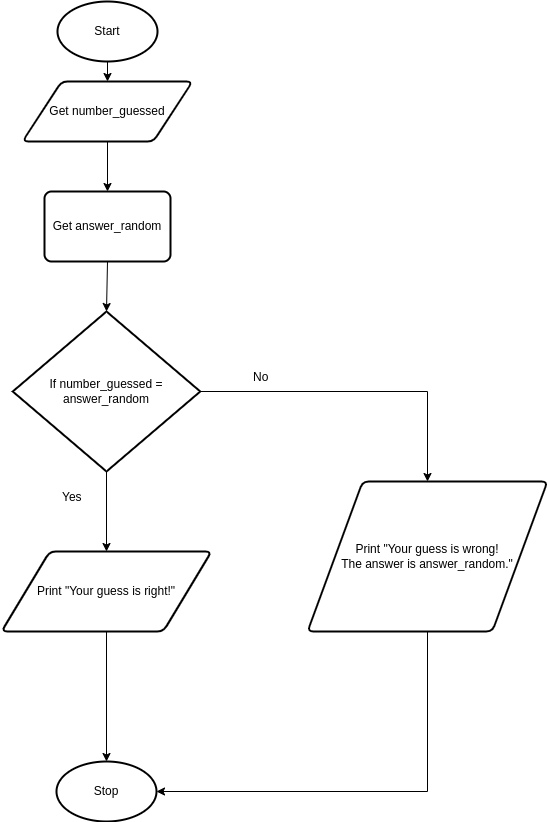
Yiyun-Qin/ICS3U-Unit3-06-Python keeps this draw.io diagram as design.number_guess.flowchart.png. Above is the earlier version. Source tidied: cells renumbered, new cells last; positions are measured from the earlier drawing's top-left corner, leaving out a move shared by most shapes.
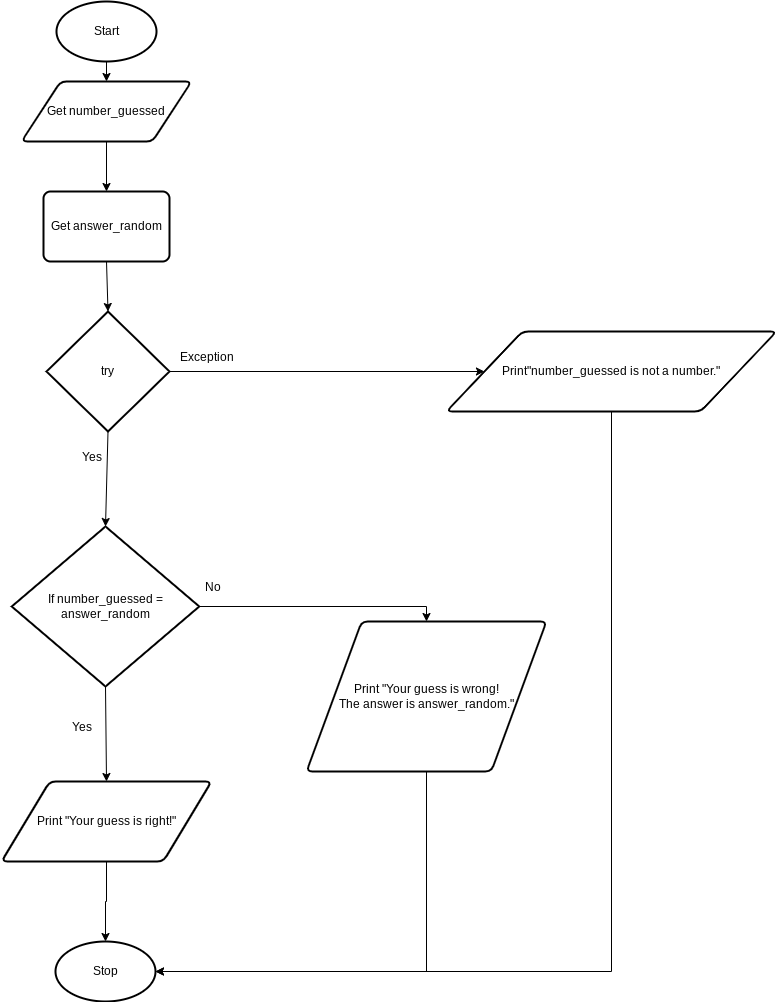
The same diagram one commit later.

Change to the diagram source:
```diff
@@ -20,10 +20,10 @@
       <mxGeometry relative="1" as="geometry" />
     </mxCell>
     <mxCell id="7" value="Print &quot;Your guess is right!&quot;" style="shape=parallelogram;html=1;strokeWidth=2;perimeter=parallelogramPerimeter;whiteSpace=wrap;rounded=1;arcSize=12;size=0.23;" parent="1" vertex="1">
-      <mxGeometry y="550" width="210" height="80" as="geometry" />
+      <mxGeometry x="1" y="780" width="210" height="80" as="geometry" />
     </mxCell>
     <mxCell id="8" value="Stop" style="strokeWidth=2;html=1;shape=mxgraph.flowchart.start_1;whiteSpace=wrap;" parent="1" vertex="1">
-      <mxGeometry x="55" y="760" width="100" height="60" as="geometry" />
+      <mxGeometry x="55" y="940" width="100" height="60" as="geometry" />
     </mxCell>
     <mxCell id="9" style="edgeStyle=none;html=1;exitX=0.5;exitY=1;exitDx=0;exitDy=0;exitPerimeter=0;entryX=0.5;entryY=0;entryDx=0;entryDy=0;" parent="1" edge="1" source="11" target="7">
       <mxGeometry relative="1" as="geometry" />
@@ -32,25 +32,46 @@
       <mxGeometry relative="1" as="geometry" />
     </mxCell>
     <mxCell id="11" value="If number_guessed = answer_random" style="strokeWidth=2;html=1;shape=mxgraph.flowchart.decision;whiteSpace=wrap;" parent="1" vertex="1">
-      <mxGeometry x="11.2" y="310" width="187.5" height="160" as="geometry" />
+      <mxGeometry x="11.2" y="525" width="187.5" height="160" as="geometry" />
     </mxCell>
     <mxCell id="12" value="Yes" style="text;strokeColor=none;fillColor=none;align=left;verticalAlign=middle;spacingLeft=4;spacingRight=4;overflow=hidden;" parent="1" vertex="1">
-      <mxGeometry x="55" y="480" width="37.5" height="30" as="geometry" />
+      <mxGeometry x="66" y="710" width="37.5" height="30" as="geometry" />
     </mxCell>
     <mxCell id="13" style="edgeStyle=orthogonalEdgeStyle;rounded=0;html=1;exitX=0.5;exitY=1;exitDx=0;exitDy=0;entryX=1;entryY=0.5;entryDx=0;entryDy=0;entryPerimeter=0;" parent="1" edge="1" source="14" target="8">
       <mxGeometry relative="1" as="geometry" />
     </mxCell>
     <mxCell id="14" value="Print &quot;Your guess is wrong!&lt;br&gt;The answer is answer_random.&quot;" style="shape=parallelogram;html=1;strokeWidth=2;perimeter=parallelogramPerimeter;whiteSpace=wrap;rounded=1;arcSize=12;size=0.23;" parent="1" vertex="1">
-      <mxGeometry x="306" y="480" width="240" height="150" as="geometry" />
+      <mxGeometry x="306" y="620" width="240" height="150" as="geometry" />
     </mxCell>
     <mxCell id="15" value="No" style="text;strokeColor=none;fillColor=none;align=left;verticalAlign=middle;spacingLeft=4;spacingRight=4;overflow=hidden;" parent="1" vertex="1">
-      <mxGeometry x="246" y="360" width="80" height="30" as="geometry" />
+      <mxGeometry x="198.8" y="570" width="80" height="30" as="geometry" />
     </mxCell>
+    <mxCell id="18" style="edgeStyle=none;html=1;exitX=0.5;exitY=1;exitDx=0;exitDy=0;entryX=0.5;entryY=0;entryDx=0;entryDy=0;entryPerimeter=0;" parent="1" edge="1" source="17" target="16">
+      <mxGeometry relative="1" as="geometry" />
+    </mxCell>
+    <mxCell id="17" value="Get answer_random" style="rounded=1;whiteSpace=wrap;html=1;absoluteArcSize=1;arcSize=14;strokeWidth=2;" parent="1" vertex="1">
+      <mxGeometry x="43" y="190" width="126" height="70" as="geometry" />
+    </mxCell>
+    <mxCell id="19" style="edgeStyle=none;html=1;exitX=0.5;exitY=1;exitDx=0;exitDy=0;exitPerimeter=0;entryX=0.5;entryY=0;entryDx=0;entryDy=0;entryPerimeter=0;" parent="1" edge="1" source="16" target="11">
+      <mxGeometry relative="1" as="geometry" />
+    </mxCell>
+    <mxCell id="20" style="edgeStyle=none;html=1;exitX=1;exitY=0.5;exitDx=0;exitDy=0;exitPerimeter=0;entryX=0;entryY=0.5;entryDx=0;entryDy=0;" parent="1" edge="1" source="16" target="24">
+      <mxGeometry relative="1" as="geometry" />
+    </mxCell>
-    <mxCell id="16" style="edgeStyle=none;html=1;exitX=0.5;exitY=1;exitDx=0;exitDy=0;entryX=0.5;entryY=0;entryDx=0;entryDy=0;entryPerimeter=0;" parent="1" edge="1" source="17" target="11">
-      <mxGeometry relative="1" as="geometry" />
+    <mxCell id="16" value="try" style="strokeWidth=2;html=1;shape=mxgraph.flowchart.decision;whiteSpace=wrap;" parent="1" vertex="1">
+      <mxGeometry x="46" y="310" width="123" height="120" as="geometry" />
     </mxCell>
-    <mxCell id="17" value="Get answer_random" style="rounded=1;whiteSpace=wrap;html=1;absoluteArcSize=1;arcSize=14;strokeWidth=2;" parent="1" vertex="1">
-      <mxGeometry x="43" y="190" width="126" height="70" as="geometry" />
-    </mxCell>
+    <mxCell id="21" value="Yes" style="text;strokeColor=none;fillColor=none;align=left;verticalAlign=middle;spacingLeft=4;spacingRight=4;overflow=hidden;" parent="1" vertex="1">
+      <mxGeometry x="76" y="440" width="37.5" height="30" as="geometry" />
+    </mxCell>
+    <mxCell id="22" value="Exception" style="text;strokeColor=none;fillColor=none;align=left;verticalAlign=middle;spacingLeft=4;spacingRight=4;overflow=hidden;" parent="1" vertex="1">
+      <mxGeometry x="173.5" y="340" width="62.5" height="30" as="geometry" />
+    </mxCell>
+    <mxCell id="23" style="edgeStyle=orthogonalEdgeStyle;html=1;exitX=0.5;exitY=1;exitDx=0;exitDy=0;entryX=1;entryY=0.5;entryDx=0;entryDy=0;entryPerimeter=0;rounded=0;" parent="1" edge="1" source="24" target="8">
+      <mxGeometry relative="1" as="geometry" />
+    </mxCell>
+    <mxCell id="24" value="Print&quot;number_guessed is not a number.&quot;" style="shape=parallelogram;html=1;strokeWidth=2;perimeter=parallelogramPerimeter;whiteSpace=wrap;rounded=1;arcSize=12;size=0.23;" parent="1" vertex="1">
+      <mxGeometry x="446" y="330" width="330" height="80" as="geometry" />
+    </mxCell>
   </root>
 </mxGraphModel>
```
